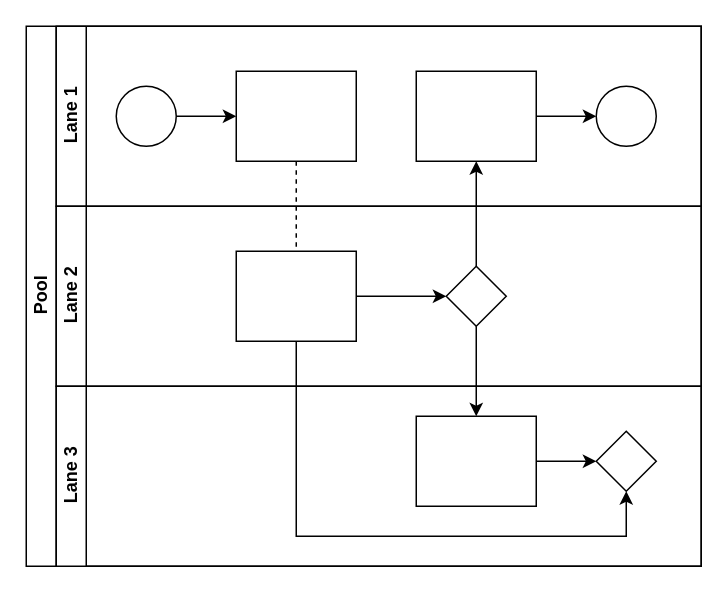
alwayChina/draw keeps this draw.io diagram as 排班业务流程.drawio. Above is the earlier version. Source tidied: cells renumbered, new cells numbered last; positions are measured from the earlier drawing's top-left corner, leaving out a move shared by most shapes. Both pictures are drawn from the tidied source at 150%, with x=0, y=0 at pixel (26, 26).
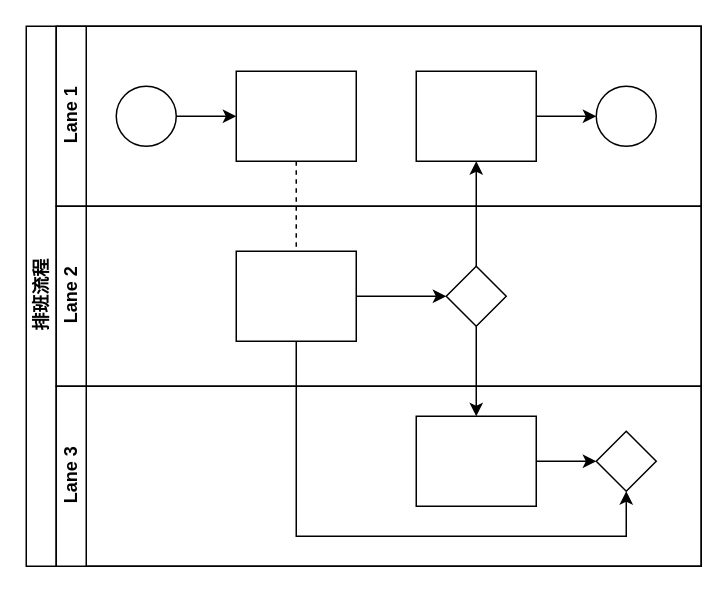
The same page after the edit.

Commit message:
更新排班业务流程.drawio

Change to the diagram source:
```diff
@@
-    <mxCell id="2" value="Pool" style="swimlane;html=1;horizontal=0;startSize=20;" parent="1" vertex="1">
+    <mxCell id="2" value="排班流程" style="swimlane;html=1;horizontal=0;startSize=20;" parent="1" vertex="1">
       <mxGeometry width="450" height="360" as="geometry" />
     </mxCell>
```
